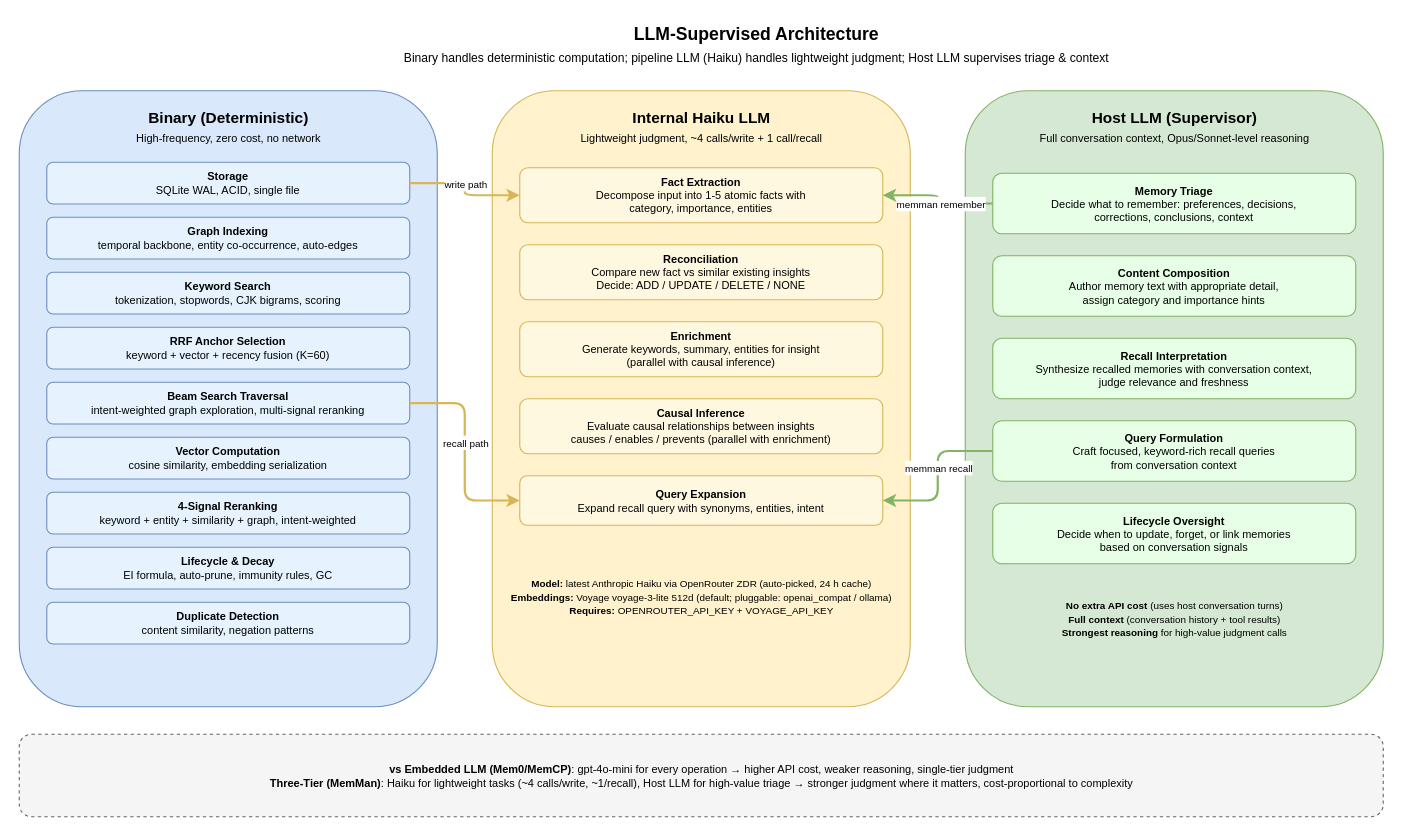
Above: docs/diagrams/05-llm-supervised.drawio in bissli/memman (draw.io), before the change. Source tidied: cells renumbered, new cells numbered last; positions are measured from the earlier drawing's top-left corner, leaving out a move shared by most shapes. Both pictures are drawn from the tidied source at 110%, with x=0, y=0 at pixel (19, 19).
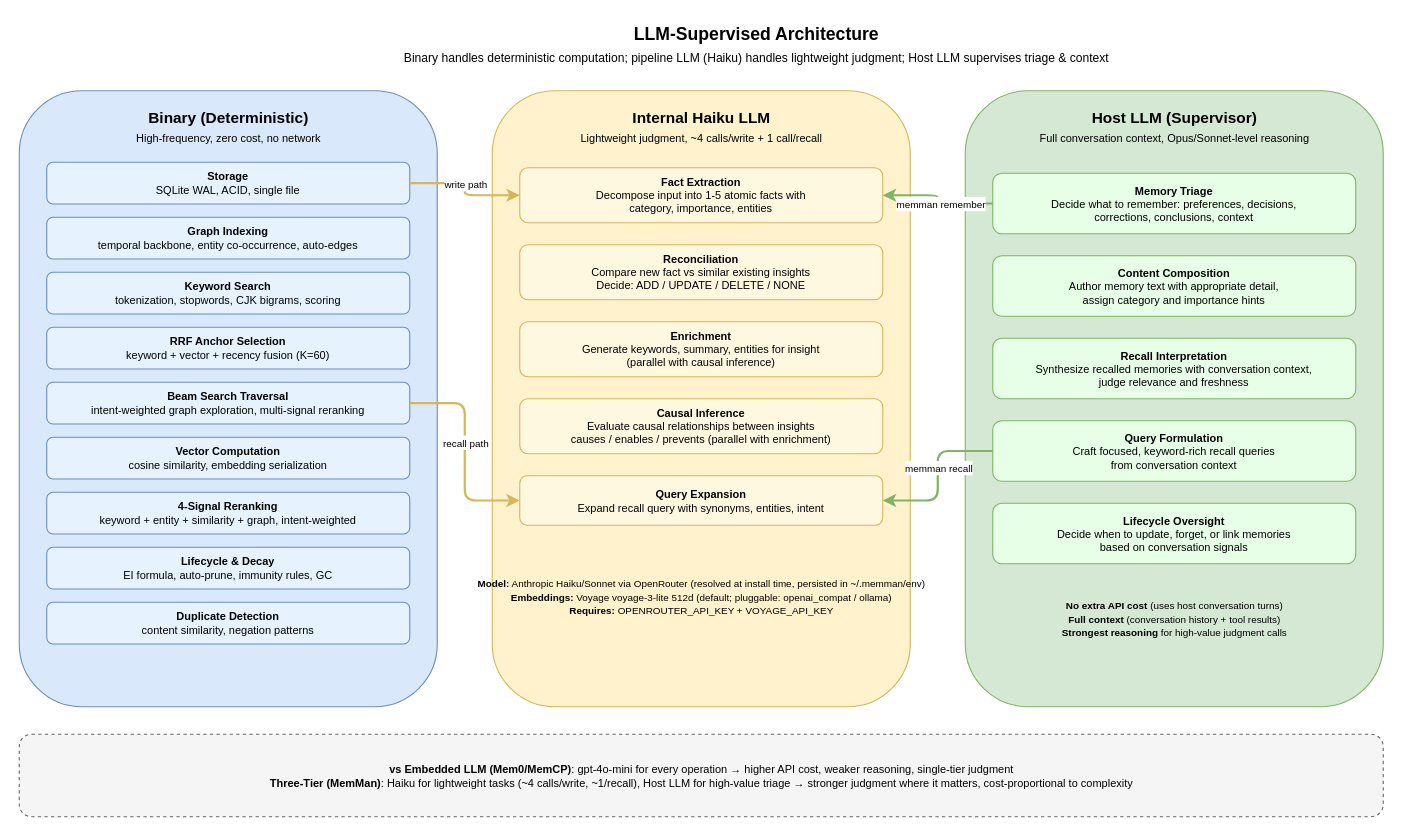
The same page after the edit.

The edit, as a diff of the source:
```diff
@@
-    <mxCell id="21" value="&lt;font style=&quot;font-size:9px&quot;&gt;&lt;b&gt;Model:&lt;/b&gt; latest Anthropic Haiku via OpenRouter ZDR (auto-picked, 24 h cache)&lt;br&gt;&lt;b&gt;Embeddings:&lt;/b&gt; Voyage voyage-3-lite 512d (default; pluggable: openai_compat / ollama)&lt;br&gt;&lt;b&gt;Requires:&lt;/b&gt; OPENROUTER_API_KEY + VOYAGE_API_KEY&lt;/font&gt;" style="text;html=1;align=center;fontSize=10;fillColor=none;strokeColor=none;verticalAlign=middle;" parent="1" vertex="1">
+    <mxCell id="21" value="&lt;font style=&quot;font-size:9px&quot;&gt;&lt;b&gt;Model:&lt;/b&gt; Anthropic Haiku/Sonnet via OpenRouter (resolved at install time, persisted in ~/.memman/env)&lt;br&gt;&lt;b&gt;Embeddings:&lt;/b&gt; Voyage voyage-3-lite 512d (default; pluggable: openai_compat / ollama)&lt;br&gt;&lt;b&gt;Requires:&lt;/b&gt; OPENROUTER_API_KEY + VOYAGE_API_KEY&lt;/font&gt;" style="text;html=1;align=center;fontSize=10;fillColor=none;strokeColor=none;verticalAlign=middle;" parent="1" vertex="1">
       <mxGeometry x="470" y="500" width="300" height="50" as="geometry" />
     </mxCell>
```
